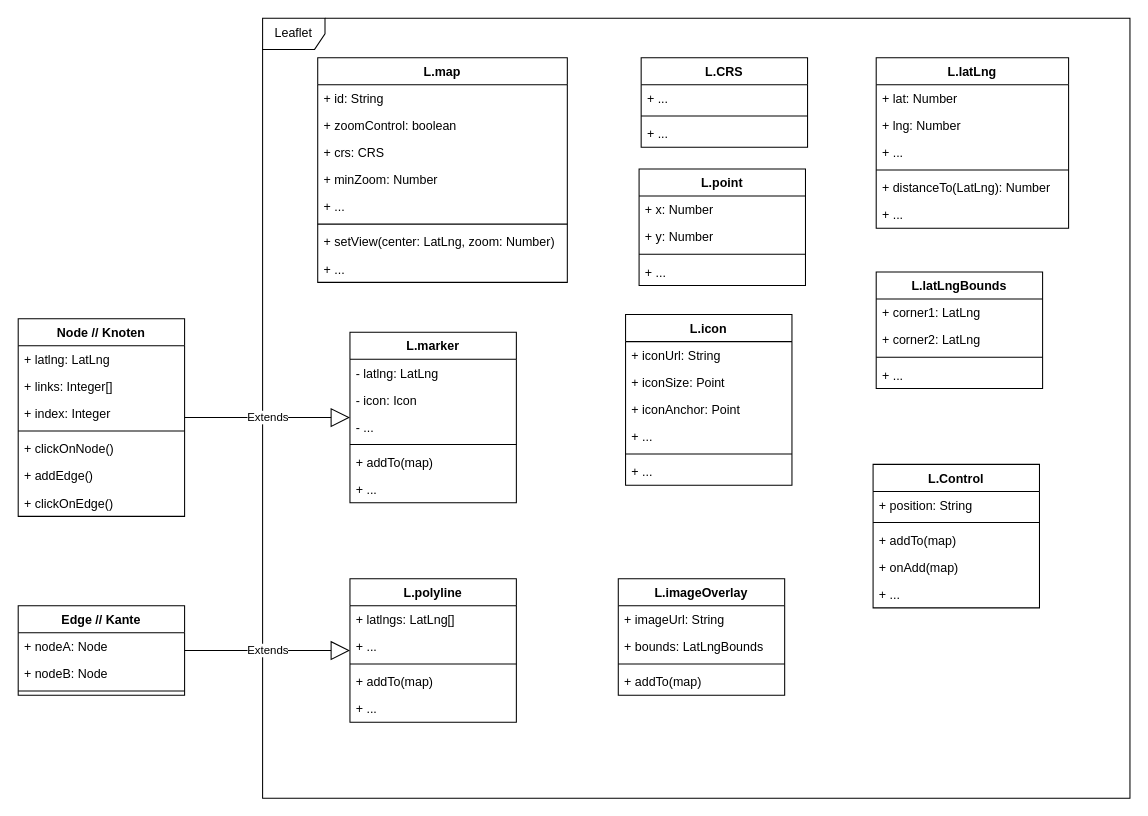
Earlier version of the draw.io diagram page "Klassendiagramm" (1 of 2) of drawio/indoor-navigation.drawio (danielgilbers/indoor-navigation). Source tidied: cells renumbered, new cells numbered last; positions are measured from the earlier drawing's top-left corner, leaving out a move shared by most shapes. Both pictures are drawn from the tidied source at 104%, with x=0, y=0 at pixel (18, 18).
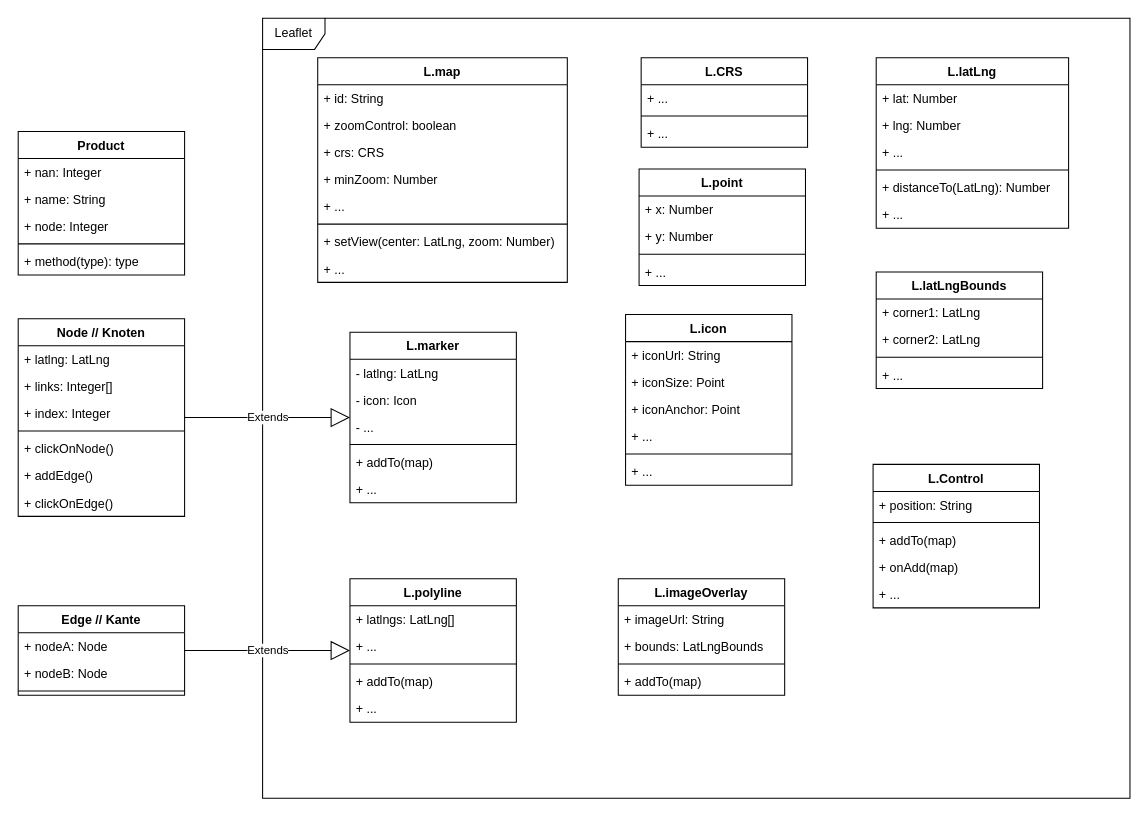
The same diagram, later.

Commit message:
add product class

The edit, as a diff of the source:
```diff
@@
+    <mxCell id="78" value="Product" style="swimlane;fontStyle=1;align=center;verticalAlign=top;horizontal=1;startSize=26;" parent="1" vertex="1">
+      <mxGeometry y="109" width="160" height="138" as="geometry" />
+    </mxCell>
+    <mxCell id="79" value="+ nan: Integer" style="text;strokeColor=none;fillColor=none;align=left;verticalAlign=top;spacingLeft=4;spacingRight=4;overflow=hidden;" parent="78" vertex="1">
+      <mxGeometry y="26" width="160" height="26" as="geometry" />
+    </mxCell>
+    <mxCell id="80" value="+ name: String" style="text;strokeColor=none;fillColor=none;align=left;verticalAlign=top;spacingLeft=4;spacingRight=4;overflow=hidden;" parent="78" vertex="1">
+      <mxGeometry y="52" width="160" height="26" as="geometry" />
+    </mxCell>
+    <mxCell id="81" value="+ node: Integer" style="text;strokeColor=none;fillColor=none;align=left;verticalAlign=top;spacingLeft=4;spacingRight=4;overflow=hidden;" parent="78" vertex="1">
+      <mxGeometry y="78" width="160" height="26" as="geometry" />
+    </mxCell>
+    <mxCell id="82" style="line;strokeWidth=1;fillColor=none;align=left;verticalAlign=middle;spacingTop=-1;spacingLeft=3;spacingRight=3;labelPosition=right;strokeColor=inherit;" parent="78" vertex="1">
+      <mxGeometry y="104" width="160" height="8" as="geometry" />
+    </mxCell>
+    <mxCell id="83" value="+ method(type): type" style="text;strokeColor=none;fillColor=none;align=left;verticalAlign=top;spacingLeft=4;spacingRight=4;overflow=hidden;" parent="78" vertex="1">
+      <mxGeometry y="112" width="160" height="26" as="geometry" />
+    </mxCell>
```
